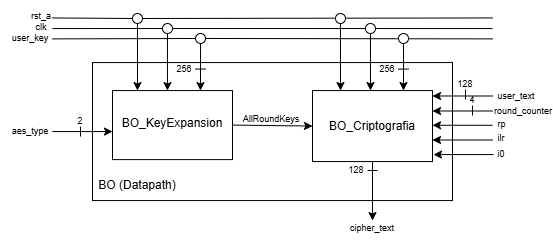
Before: docs/diagramas/Diagrama Geral Datapath.drawio.png, a diagram exported from draw.io (thalescazevedo/aes-encryption-vhdl). Source tidied: cells renumbered, new cells last; positions are measured from the earlier drawing's top-left corner, leaving out a move shared by most shapes.
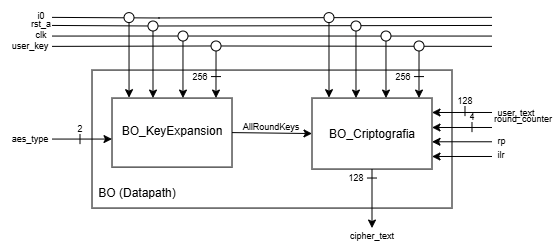
Later version of the same file.

The edit, as a diff of the source:
```diff
@@ -6,7 +6,7 @@
       <mxGeometry x="92" y="62.1" width="360" height="138" as="geometry" />
     </mxCell>
     <mxCell id="3" value="&lt;font style=&quot;font-size: 9px;&quot;&gt;4&lt;/font&gt;" style="text;html=1;whiteSpace=wrap;strokeColor=none;fillColor=none;align=center;verticalAlign=middle;rounded=0;" parent="1" vertex="1">
-      <mxGeometry x="442" y="84.1" width="60" height="30" as="geometry" />
+      <mxGeometry x="442" y="93.1" width="60" height="30" as="geometry" />
     </mxCell>
     <mxCell id="4" value="&lt;font style=&quot;font-size: 9px;&quot;&gt;2&lt;/font&gt;" style="text;html=1;whiteSpace=wrap;strokeColor=none;fillColor=none;align=center;verticalAlign=middle;rounded=0;" parent="1" vertex="1">
       <mxGeometry x="50" y="105.1" width="60" height="30" as="geometry" />
@@ -36,40 +36,31 @@
     </mxCell>
     <mxCell id="12" style="endArrow=classic;html=1;rounded=0;" parent="1" edge="1">
       <mxGeometry relative="1" as="geometry">
-        <mxPoint x="492" y="110.5" as="sourcePoint" />
-        <mxPoint x="432" y="110.5" as="targetPoint" />
+        <mxPoint x="492" y="119.5" as="sourcePoint" />
+        <mxPoint x="432" y="119.5" as="targetPoint" />
       </mxGeometry>
     </mxCell>
     <mxCell id="13" style="endArrow=classic;html=1;rounded=0;" parent="1" edge="1">
       <mxGeometry relative="1" as="geometry">
-        <mxPoint x="492" y="124.8" as="sourcePoint" />
-        <mxPoint x="432" y="124.8" as="targetPoint" />
+        <mxPoint x="492" y="133.8" as="sourcePoint" />
+        <mxPoint x="432" y="133.8" as="targetPoint" />
       </mxGeometry>
     </mxCell>
     <mxCell id="14" style="endArrow=classic;html=1;rounded=0;" parent="1" edge="1">
       <mxGeometry relative="1" as="geometry">
-        <mxPoint x="492" y="139.5" as="sourcePoint" />
-        <mxPoint x="432" y="139.5" as="targetPoint" />
+        <mxPoint x="492" y="148.5" as="sourcePoint" />
+        <mxPoint x="432" y="148.5" as="targetPoint" />
       </mxGeometry>
     </mxCell>
-    <mxCell id="15" style="endArrow=classic;html=1;rounded=0;" parent="1" edge="1">
-      <mxGeometry relative="1" as="geometry">
-        <mxPoint x="493" y="154.1" as="sourcePoint" />
-        <mxPoint x="433" y="154.1" as="targetPoint" />
-      </mxGeometry>
-    </mxCell>
     <mxCell id="16" value="&lt;font style=&quot;font-size: 9px;&quot;&gt;round_counter&lt;/font&gt;" style="text;html=1;whiteSpace=wrap;strokeColor=none;fillColor=none;align=center;verticalAlign=middle;rounded=0;" parent="1" vertex="1">
       <mxGeometry x="493" y="95.1" width="60" height="30" as="geometry" />
     </mxCell>
     <mxCell id="17" value="&lt;font style=&quot;font-size: 9px;&quot;&gt;&amp;nbsp;rp&lt;/font&gt;" style="text;html=1;whiteSpace=wrap;strokeColor=none;fillColor=none;align=left;verticalAlign=middle;rounded=0;" parent="1" vertex="1">
-      <mxGeometry x="493" y="108.1" width="60" height="30" as="geometry" />
+      <mxGeometry x="493" y="117.1" width="60" height="30" as="geometry" />
     </mxCell>
     <mxCell id="18" value="&lt;font style=&quot;font-size: 9px;&quot;&gt;&amp;nbsp;ilr&lt;/font&gt;" style="text;html=1;whiteSpace=wrap;strokeColor=none;fillColor=none;align=left;verticalAlign=middle;rounded=0;" parent="1" vertex="1">
-      <mxGeometry x="493" y="122.1" width="60" height="30" as="geometry" />
+      <mxGeometry x="493" y="131.1" width="60" height="30" as="geometry" />
     </mxCell>
-    <mxCell id="19" value="&lt;font style=&quot;font-size: 9px;&quot;&gt;&amp;nbsp;i0&lt;/font&gt;" style="text;html=1;whiteSpace=wrap;strokeColor=none;fillColor=none;align=left;verticalAlign=middle;rounded=0;" parent="1" vertex="1">
-      <mxGeometry x="493" y="138.1" width="60" height="30" as="geometry" />
-    </mxCell>
     <mxCell id="20" style="endArrow=classic;html=1;rounded=0;exitX=0.5;exitY=1;exitDx=0;exitDy=0;" parent="1" edge="1" source="7">
       <mxGeometry relative="1" as="geometry">
         <mxPoint x="372" y="220.1" as="targetPoint" />
@@ -89,12 +80,12 @@
     </mxCell>
     <mxCell id="24" style="endArrow=classic;html=1;rounded=0;" parent="1" edge="1">
       <mxGeometry relative="1" as="geometry">
-        <mxPoint x="492" y="95.5" as="sourcePoint" />
-        <mxPoint x="432" y="95.5" as="targetPoint" />
+        <mxPoint x="492" y="104.5" as="sourcePoint" />
+        <mxPoint x="432" y="104.5" as="targetPoint" />
       </mxGeometry>
     </mxCell>
     <mxCell id="25" value="&lt;font style=&quot;font-size: 9px;&quot;&gt;&amp;nbsp;user_text&lt;/font&gt;" style="text;html=1;whiteSpace=wrap;strokeColor=none;fillColor=none;align=left;verticalAlign=middle;rounded=0;" parent="1" vertex="1">
-      <mxGeometry x="493" y="80.1" width="60" height="30" as="geometry" />
+      <mxGeometry x="493" y="89.1" width="60" height="30" as="geometry" />
     </mxCell>
     <mxCell id="26" value="&lt;font style=&quot;font-size: 9px;&quot;&gt;clk&lt;/font&gt;" style="text;html=1;whiteSpace=wrap;strokeColor=none;fillColor=none;align=center;verticalAlign=middle;rounded=0;" parent="1" vertex="1">
       <mxGeometry x="11" y="10.6" width="60" height="30" as="geometry" />
@@ -121,7 +112,7 @@
       </mxGeometry>
     </mxCell>
     <mxCell id="32" style="ellipse;whiteSpace=wrap;html=1;strokeColor=light-dark(#000000,#FFFFFF);fillStyle=auto;" parent="1" vertex="1">
-      <mxGeometry x="132" y="13" width="10" height="10" as="geometry" />
+      <mxGeometry x="148" y="13" width="10" height="10" as="geometry" />
     </mxCell>
     <mxCell id="33" style="endArrow=none;html=1;rounded=0;" parent="1" edge="1" target="34">
       <mxGeometry relative="1" as="geometry">
@@ -129,7 +120,7 @@
       </mxGeometry>
     </mxCell>
     <mxCell id="34" style="ellipse;whiteSpace=wrap;html=1;strokeColor=light-dark(#000000,#FFFFFF);fillStyle=auto;" parent="1" vertex="1">
-      <mxGeometry x="162" y="23" width="10" height="10" as="geometry" />
+      <mxGeometry x="178" y="23" width="10" height="10" as="geometry" />
     </mxCell>
     <mxCell id="35" style="endArrow=none;html=1;rounded=0;" parent="1" edge="1" target="36">
       <mxGeometry relative="1" as="geometry">
@@ -137,59 +128,63 @@
       </mxGeometry>
     </mxCell>
     <mxCell id="36" style="ellipse;whiteSpace=wrap;html=1;strokeColor=light-dark(#000000,#FFFFFF);fillStyle=auto;" parent="1" vertex="1">
-      <mxGeometry x="195" y="33" width="10" height="10" as="geometry" />
+      <mxGeometry x="211" y="33" width="10" height="10" as="geometry" />
     </mxCell>
     <mxCell id="37" style="endArrow=classic;html=1;rounded=0;exitX=0.5;exitY=1;exitDx=0;exitDy=0;" parent="1" edge="1" source="32">
       <mxGeometry relative="1" as="geometry">
-        <mxPoint x="137" y="90.1" as="targetPoint" />
+        <mxPoint x="153" y="90.1" as="targetPoint" />
       </mxGeometry>
     </mxCell>
-    <mxCell id="38" style="endArrow=classic;html=1;rounded=0;exitX=0.5;exitY=1;exitDx=0;exitDy=0;entryX=0.458;entryY=0;entryDx=0;entryDy=0;entryPerimeter=0;" parent="1" edge="1" source="34" target="5">
-      <mxGeometry relative="1" as="geometry" />
+    <mxCell id="38" style="endArrow=classic;html=1;rounded=0;exitX=0.5;exitY=1;exitDx=0;exitDy=0;entryX=0.458;entryY=0;entryDx=0;entryDy=0;entryPerimeter=0;" parent="1" edge="1" source="34">
+      <mxGeometry relative="1" as="geometry">
+        <mxPoint x="183" y="90.1" as="targetPoint" />
+      </mxGeometry>
     </mxCell>
-    <mxCell id="39" style="endArrow=classic;html=1;rounded=0;exitX=0.5;exitY=1;exitDx=0;exitDy=0;entryX=0.733;entryY=0;entryDx=0;entryDy=0;entryPerimeter=0;" parent="1" edge="1" source="36" target="5">
-      <mxGeometry relative="1" as="geometry" />
+    <mxCell id="39" style="endArrow=classic;html=1;rounded=0;exitX=0.5;exitY=1;exitDx=0;exitDy=0;entryX=0.733;entryY=0;entryDx=0;entryDy=0;entryPerimeter=0;" parent="1" edge="1" source="36">
+      <mxGeometry relative="1" as="geometry">
+        <mxPoint x="216" y="90.1" as="targetPoint" />
+      </mxGeometry>
     </mxCell>
     <mxCell id="40" value="&lt;font style=&quot;font-size: 9px;&quot;&gt;256&lt;/font&gt;" style="text;html=1;whiteSpace=wrap;strokeColor=none;fillColor=none;align=center;verticalAlign=middle;rounded=0;" parent="1" vertex="1">
-      <mxGeometry x="154" y="52.6" width="60" height="30" as="geometry" />
+      <mxGeometry x="170" y="52.6" width="60" height="30" as="geometry" />
     </mxCell>
     <mxCell id="41" style="endArrow=none;html=1;rounded=0;" parent="1" edge="1">
       <mxGeometry relative="1" as="geometry">
-        <mxPoint x="195" y="68.6" as="sourcePoint" />
-        <mxPoint x="205" y="68.6" as="targetPoint" />
+        <mxPoint x="211" y="68.6" as="sourcePoint" />
+        <mxPoint x="221" y="68.6" as="targetPoint" />
       </mxGeometry>
     </mxCell>
     <mxCell id="42" style="ellipse;whiteSpace=wrap;html=1;strokeColor=light-dark(#000000,#FFFFFF);fillStyle=auto;" parent="1" vertex="1">
-      <mxGeometry x="335" y="13" width="10" height="10" as="geometry" />
+      <mxGeometry x="351" y="13" width="10" height="10" as="geometry" />
     </mxCell>
     <mxCell id="43" style="ellipse;whiteSpace=wrap;html=1;strokeColor=light-dark(#000000,#FFFFFF);fillStyle=auto;" parent="1" vertex="1">
-      <mxGeometry x="365" y="23" width="10" height="10" as="geometry" />
+      <mxGeometry x="381" y="23" width="10" height="10" as="geometry" />
     </mxCell>
     <mxCell id="44" style="ellipse;whiteSpace=wrap;html=1;strokeColor=light-dark(#000000,#FFFFFF);fillStyle=auto;" parent="1" vertex="1">
-      <mxGeometry x="398" y="33" width="10" height="10" as="geometry" />
+      <mxGeometry x="414" y="33" width="10" height="10" as="geometry" />
     </mxCell>
     <mxCell id="45" style="endArrow=classic;html=1;rounded=0;exitX=0.5;exitY=1;exitDx=0;exitDy=0;" parent="1" edge="1" source="42">
       <mxGeometry relative="1" as="geometry">
-        <mxPoint x="340" y="90.1" as="targetPoint" />
+        <mxPoint x="356" y="90.1" as="targetPoint" />
       </mxGeometry>
     </mxCell>
     <mxCell id="46" style="endArrow=classic;html=1;rounded=0;entryX=0.458;entryY=0;entryDx=0;entryDy=0;entryPerimeter=0;exitX=0.5;exitY=1;exitDx=0;exitDy=0;" parent="1" edge="1" source="43">
       <mxGeometry relative="1" as="geometry">
-        <mxPoint x="370" y="90.1" as="targetPoint" />
+        <mxPoint x="386" y="90.1" as="targetPoint" />
       </mxGeometry>
     </mxCell>
     <mxCell id="47" style="endArrow=classic;html=1;rounded=0;exitX=0.5;exitY=1;exitDx=0;exitDy=0;entryX=0.733;entryY=0;entryDx=0;entryDy=0;entryPerimeter=0;" parent="1" edge="1" source="44">
       <mxGeometry relative="1" as="geometry">
-        <mxPoint x="403" y="90.1" as="targetPoint" />
+        <mxPoint x="419" y="90.1" as="targetPoint" />
       </mxGeometry>
     </mxCell>
     <mxCell id="48" value="&lt;font style=&quot;font-size: 9px;&quot;&gt;256&lt;/font&gt;" style="text;html=1;whiteSpace=wrap;strokeColor=none;fillColor=none;align=center;verticalAlign=middle;rounded=0;" parent="1" vertex="1">
-      <mxGeometry x="357" y="52.6" width="60" height="30" as="geometry" />
+      <mxGeometry x="373" y="52.6" width="60" height="30" as="geometry" />
     </mxCell>
     <mxCell id="49" style="endArrow=none;html=1;rounded=0;" parent="1" edge="1">
       <mxGeometry relative="1" as="geometry">
-        <mxPoint x="398" y="68.6" as="sourcePoint" />
-        <mxPoint x="408" y="68.6" as="targetPoint" />
+        <mxPoint x="414" y="68.6" as="sourcePoint" />
+        <mxPoint x="424" y="68.6" as="targetPoint" />
       </mxGeometry>
     </mxCell>
     <mxCell id="50" value="&lt;font style=&quot;font-size: 9px;&quot;&gt;128&lt;/font&gt;" style="text;html=1;whiteSpace=wrap;strokeColor=none;fillColor=none;align=center;verticalAlign=middle;rounded=0;" parent="1" vertex="1">
@@ -208,22 +203,53 @@
       </mxGeometry>
     </mxCell>
     <mxCell id="53" value="&lt;font style=&quot;font-size: 9px;&quot;&gt;128&lt;/font&gt;" style="text;html=1;whiteSpace=wrap;strokeColor=none;fillColor=none;align=center;verticalAlign=middle;rounded=0;" parent="1" vertex="1">
-      <mxGeometry x="435" y="68.1" width="60" height="30" as="geometry" />
+      <mxGeometry x="435" y="77.1" width="60" height="30" as="geometry" />
     </mxCell>
     <mxCell id="54" style="endArrow=none;html=1;rounded=0;" parent="1" edge="1">
       <mxGeometry relative="1" as="geometry">
-        <mxPoint x="465" y="89.1" as="sourcePoint" />
-        <mxPoint x="465" y="99.1" as="targetPoint" />
+        <mxPoint x="465" y="98.1" as="sourcePoint" />
+        <mxPoint x="465" y="108.1" as="targetPoint" />
       </mxGeometry>
     </mxCell>
     <mxCell id="55" style="endArrow=none;html=1;rounded=0;" parent="1" edge="1">
       <mxGeometry relative="1" as="geometry">
-        <mxPoint x="472" y="105.1" as="sourcePoint" />
-        <mxPoint x="472" y="115.1" as="targetPoint" />
+        <mxPoint x="472" y="114.1" as="sourcePoint" />
+        <mxPoint x="472" y="124.1" as="targetPoint" />
       </mxGeometry>
     </mxCell>
     <mxCell id="56" value="BO (Datapath)" style="text;html=1;whiteSpace=wrap;strokeColor=none;fillColor=none;align=center;verticalAlign=middle;rounded=0;" parent="1" vertex="1">
       <mxGeometry x="97" y="170.1" width="80" height="30" as="geometry" />
     </mxCell>
+    <mxCell id="57" style="endArrow=none;html=1;rounded=0;" parent="1" edge="1">
+      <mxGeometry relative="1" as="geometry">
+        <mxPoint x="158" y="9.9" as="sourcePoint" />
+        <mxPoint x="492" y="9.4" as="targetPoint" />
+      </mxGeometry>
+    </mxCell>
+    <mxCell id="19" value="&lt;font style=&quot;font-size: 9px;&quot;&gt;i0&lt;/font&gt;" style="text;html=1;whiteSpace=wrap;strokeColor=none;fillColor=none;align=center;verticalAlign=middle;rounded=0;" parent="1" vertex="1">
+      <mxGeometry x="11" y="-8.1" width="60" height="30" as="geometry" />
+    </mxCell>
+    <mxCell id="58" style="endArrow=none;html=1;rounded=0;" parent="1" edge="1">
+      <mxGeometry relative="1" as="geometry">
+        <mxPoint x="52" y="9.4" as="sourcePoint" />
+        <mxPoint x="160" y="10" as="targetPoint" />
+      </mxGeometry>
+    </mxCell>
+    <mxCell id="59" style="ellipse;whiteSpace=wrap;html=1;strokeColor=light-dark(#000000,#FFFFFF);fillStyle=auto;" parent="1" vertex="1">
+      <mxGeometry x="124" y="4.6" width="10" height="10" as="geometry" />
+    </mxCell>
+    <mxCell id="60" style="endArrow=classic;html=1;rounded=0;exitX=0.5;exitY=1;exitDx=0;exitDy=0;" parent="1" edge="1" source="59">
+      <mxGeometry relative="1" as="geometry">
+        <mxPoint x="129" y="89.7" as="targetPoint" />
+      </mxGeometry>
+    </mxCell>
+    <mxCell id="61" style="ellipse;whiteSpace=wrap;html=1;strokeColor=light-dark(#000000,#FFFFFF);fillStyle=auto;" parent="1" vertex="1">
+      <mxGeometry x="324" y="4.6" width="10" height="10" as="geometry" />
+    </mxCell>
+    <mxCell id="62" style="endArrow=classic;html=1;rounded=0;exitX=0.5;exitY=1;exitDx=0;exitDy=0;" parent="1" edge="1" source="61">
+      <mxGeometry relative="1" as="geometry">
+        <mxPoint x="329" y="89.7" as="targetPoint" />
+      </mxGeometry>
+    </mxCell>
   </root>
 </mxGraphModel>
```
